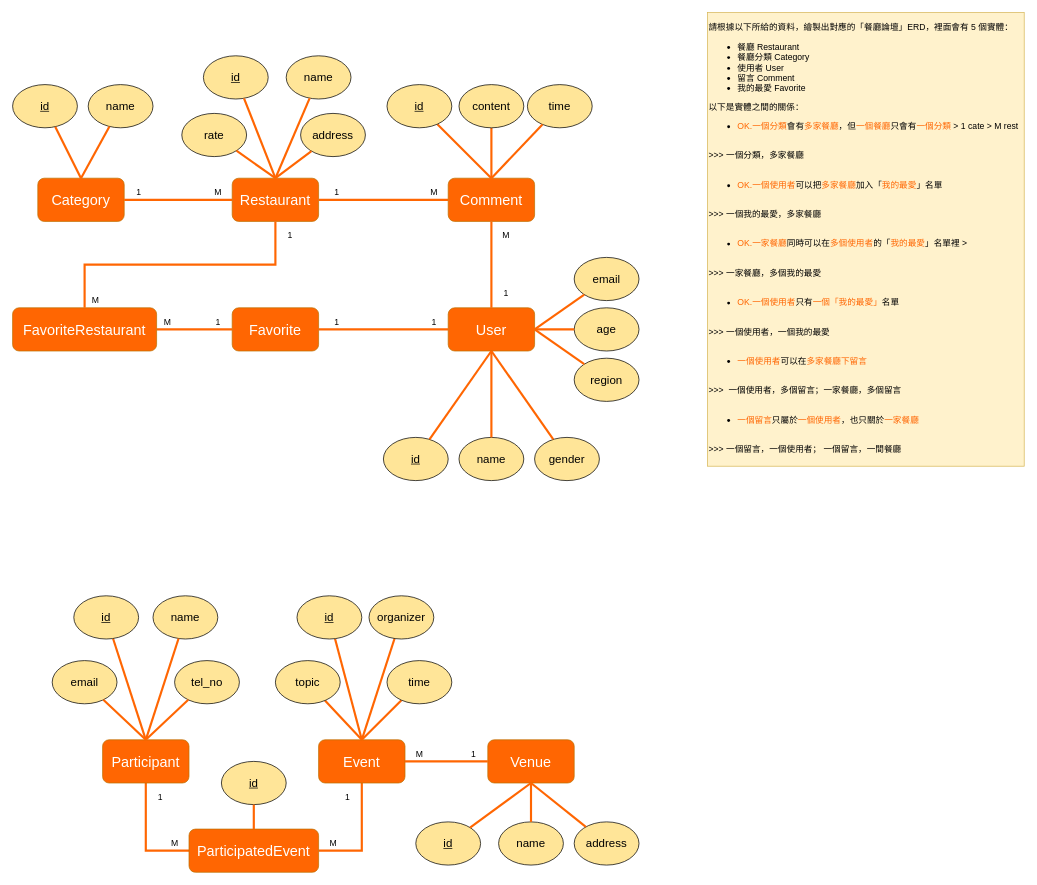
Above: 餐廳論壇ERD-ver3.drawio in z88243310/bins (draw.io), before the change. Source tidied: cells renumbered, new cells numbered last; positions are measured from the earlier drawing's top-left corner, leaving out a move shared by most shapes. Both pictures are drawn from the tidied source at 72%, with x=0, y=0 at pixel (12, 12).
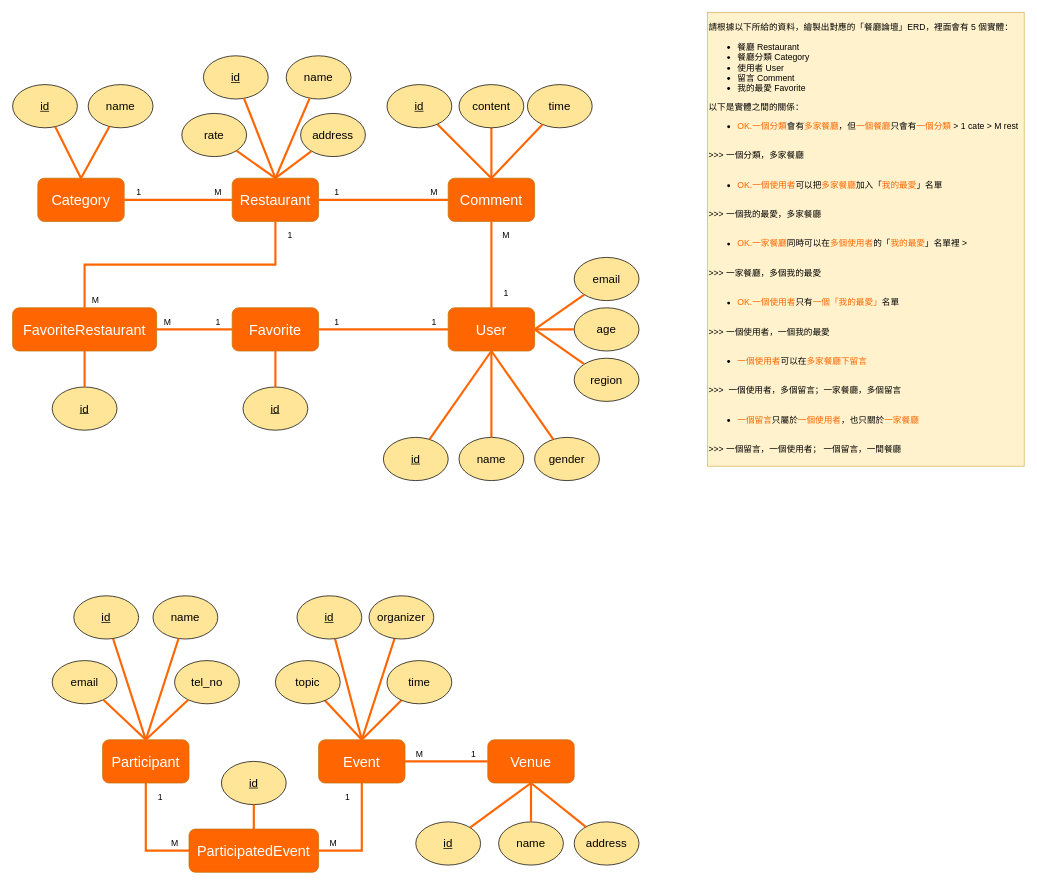
Above is the later version.

The change refers to these unchanged cells:
```xml
<mxCell id="44" value="Favorite" style="rounded=1;whiteSpace=wrap;html=1;fillColor=#FF6602;strokeColor=#BD7000;fontColor=#FFFFFF;fontSize=20;" parent="1" vertex="1">
  <mxGeometry x="305" y="410" width="120" height="60" as="geometry" />
</mxCell>
<mxCell id="62" value="FavoriteRestaurant" style="rounded=1;whiteSpace=wrap;html=1;fillColor=#FF6602;strokeColor=#BD7000;fontColor=#FFFFFF;fontSize=20;" parent="1" vertex="1">
  <mxGeometry y="410" width="200" height="60" as="geometry" />
</mxCell>
```

The edit, as a diff of the source:
```diff
@@
+    <mxCell id="94" value="&lt;u&gt;id&lt;/u&gt;" style="ellipse;whiteSpace=wrap;html=1;fillColor=#FFE598;fontSize=16;" parent="1" vertex="1">
+      <mxGeometry x="320" y="520" width="90" height="60" as="geometry" />
+    </mxCell>
+    <mxCell id="95" value="&lt;u&gt;id&lt;/u&gt;" style="ellipse;whiteSpace=wrap;html=1;fillColor=#FFE598;fontSize=16;" parent="1" vertex="1">
+      <mxGeometry x="55" y="520" width="90" height="60" as="geometry" />
+    </mxCell>
+    <mxCell id="96" style="edgeStyle=none;rounded=0;jettySize=auto;html=1;fontSize=16;fontColor=#FFFFFF;endArrow=none;endFill=0;strokeColor=#FF6602;strokeWidth=3;exitX=0.5;exitY=1;exitDx=0;exitDy=0;" parent="1" edge="1" source="62" target="95">
+      <mxGeometry relative="1" as="geometry" />
+    </mxCell>
+    <mxCell id="97" style="edgeStyle=none;rounded=0;jettySize=auto;html=1;fontSize=16;fontColor=#FFFFFF;endArrow=none;endFill=0;strokeColor=#FF6602;strokeWidth=3;exitX=0.5;exitY=1;exitDx=0;exitDy=0;" parent="1" edge="1" source="44" target="94">
+      <mxGeometry relative="1" as="geometry" />
+    </mxCell>
```
